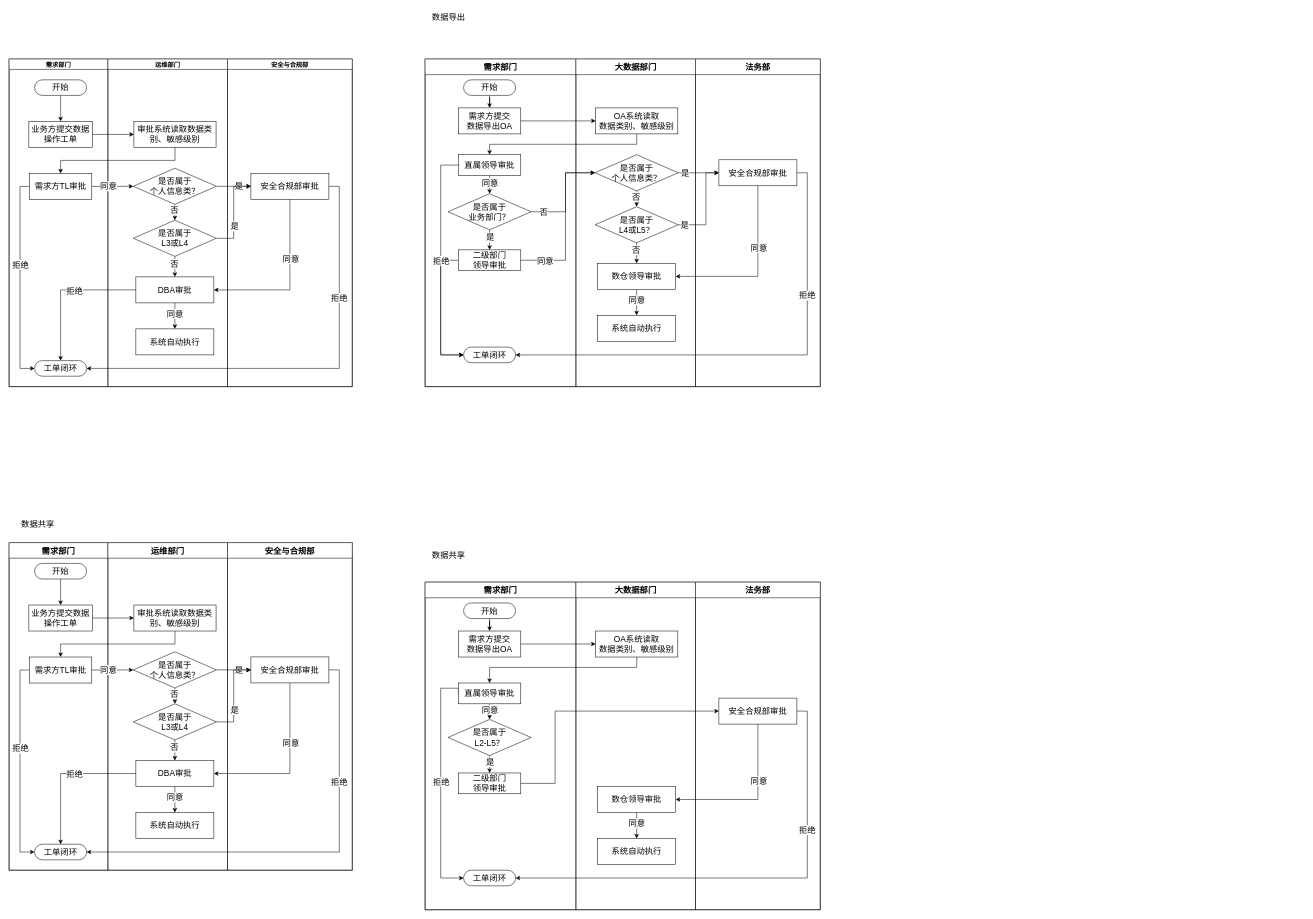
The draw.io diagram 数据分级保护各场景流程图.drawio in hongweilv-whu/flowCharts, before the edit. Source tidied: cells renumbered, new cells numbered last; positions are measured from the earlier drawing's top-left corner, leaving out a move shared by most shapes. Both pictures are drawn from the tidied source at 52%, with x=0, y=0 at pixel (9, 9).
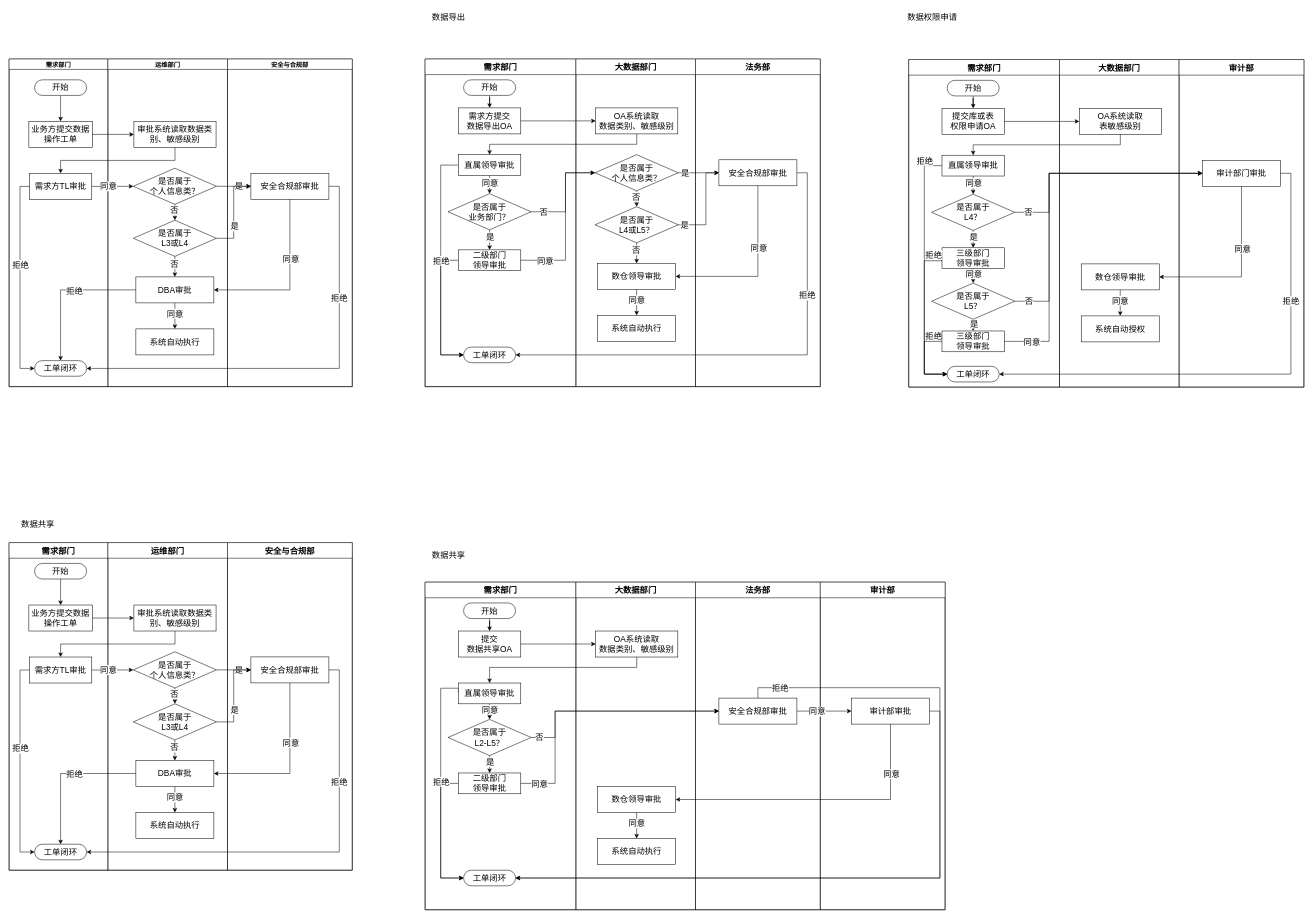
The same diagram, later.

Commit message:
更新数据分级保护各场景流程图.drawio

The change refers to these unchanged cells:
```xml
<mxCell id="123" value="需求部门" style="swimlane;startSize=30;fontSize=16;" parent="122" vertex="1">
  <mxGeometry width="290" height="630" as="geometry" />
</mxCell>
<mxCell id="127" value="工单闭环" style="rounded=1;whiteSpace=wrap;html=1;fontSize=16;arcSize=50;" parent="123" vertex="1">
  <mxGeometry x="74" y="554" width="100" height="30" as="geometry" />
</mxCell>
<mxCell id="128" value="&lt;font style=&quot;font-size: 16px;&quot;&gt;二级部门&lt;br&gt;领导审批&lt;/font&gt;" style="rounded=0;whiteSpace=wrap;html=1;" parent="123" vertex="1">
  <mxGeometry x="64" y="367" width="120" height="40" as="geometry" />
</mxCell>
<mxCell id="136" value="是否属于&lt;br style=&quot;border-color: var(--border-color);&quot;&gt;L2-L5？" style="rhombus;whiteSpace=wrap;html=1;rounded=0;fontSize=16;" parent="123" vertex="1">
  <mxGeometry x="44" y="264" width="160" height="69.5" as="geometry" />
</mxCell>
<mxCell id="141" value="&lt;span style=&quot;font-size: 16px;&quot;&gt;数仓领导审批&lt;/span&gt;" style="rounded=0;whiteSpace=wrap;html=1;" parent="137" vertex="1">
  <mxGeometry x="41.8" y="393" width="150" height="50" as="geometry" />
</mxCell>
<mxCell id="144" value="&lt;span style=&quot;font-size: 16px;&quot;&gt;安全合规部审批&lt;/span&gt;" style="rounded=0;whiteSpace=wrap;html=1;" parent="143" vertex="1">
  <mxGeometry x="45" y="223" width="150" height="50" as="geometry" />
</mxCell>
<mxCell id="151" style="edgeStyle=orthogonalEdgeStyle;rounded=0;jettySize=auto;html=1;exitX=1;exitY=0.5;exitDx=0;exitDy=0;entryX=0;entryY=0.5;entryDx=0;entryDy=0;fontSize=16;" parent="122" edge="1" source="128" target="144">
  <mxGeometry relative="1" as="geometry">
    <Array as="points">
      <mxPoint x="250" y="387" />
      <mxPoint x="250" y="248" />
    </Array>
  </mxGeometry>
</mxCell>
```

The edit, as a diff of the source:
```diff
@@
     <mxCell id="122" style="swimlane;startSize=0;horizontal=0;" parent="1" vertex="1">
-      <mxGeometry x="800" y="1102" width="760" height="630" as="geometry" />
+      <mxGeometry x="800" y="1102" width="1000" height="630" as="geometry" />
     </mxCell>
@@
-    <mxCell id="124" value="&lt;font style=&quot;font-size: 16px;&quot;&gt;需求方提交&lt;br&gt;数据导出OA&lt;/font&gt;" style="rounded=0;whiteSpace=wrap;html=1;" parent="123" vertex="1">
+    <mxCell id="124" value="&lt;font style=&quot;font-size: 16px;&quot;&gt;提交&lt;br&gt;数据共享OA&lt;/font&gt;" style="rounded=0;whiteSpace=wrap;html=1;" parent="123" vertex="1">
       <mxGeometry x="64" y="94" width="120" height="50" as="geometry" />
     </mxCell>
@@
+    <mxCell id="153" style="edgeStyle=orthogonalEdgeStyle;rounded=0;jettySize=auto;html=1;exitX=0;exitY=0.5;exitDx=0;exitDy=0;entryX=0;entryY=0.5;entryDx=0;entryDy=0;fontSize=16;" parent="123" edge="1" source="128" target="127">
+      <mxGeometry relative="1" as="geometry">
+        <Array as="points">
+          <mxPoint x="30" y="387" />
+          <mxPoint x="30" y="569" />
+        </Array>
+      </mxGeometry>
+    </mxCell>
@@
+    <mxCell id="154" value="审计部" style="swimlane;startSize=30;fontSize=16;" parent="122" vertex="1">
+      <mxGeometry x="760" width="240" height="630" as="geometry" />
+    </mxCell>
+    <mxCell id="155" value="&lt;span style=&quot;font-size: 16px;&quot;&gt;审计部审批&lt;/span&gt;" style="rounded=0;whiteSpace=wrap;html=1;" parent="154" vertex="1">
+      <mxGeometry x="60" y="223" width="150" height="50" as="geometry" />
+    </mxCell>
@@
-    <mxCell id="146" style="edgeStyle=orthogonalEdgeStyle;rounded=0;jettySize=auto;html=1;exitX=1;exitY=0.5;exitDx=0;exitDy=0;entryX=1;entryY=0.5;entryDx=0;entryDy=0;fontSize=16;" parent="122" edge="1" source="144" target="127">
-      <mxGeometry relative="1" as="geometry" />
-    </mxCell>
-    <mxCell id="147" value="拒绝" style="edgeLabel;html=1;align=center;verticalAlign=middle;fontSize=16;" parent="146" vertex="1">
-      <mxGeometry x="-0.45" y="-1" relative="1" as="geometry" />
-    </mxCell>
-    <mxCell id="148" style="edgeStyle=orthogonalEdgeStyle;rounded=0;jettySize=auto;html=1;exitX=0.5;exitY=1;exitDx=0;exitDy=0;entryX=1;entryY=0.5;entryDx=0;entryDy=0;fontSize=16;" parent="122" edge="1" source="144" target="141">
-      <mxGeometry relative="1" as="geometry" />
-    </mxCell>
-    <mxCell id="149" value="同意" style="edgeLabel;html=1;align=center;verticalAlign=middle;fontSize=16;" parent="148" vertex="1">
-      <mxGeometry x="-0.28" y="1" relative="1" as="geometry" />
-    </mxCell>
@@
+    <mxCell id="156" value="同意" style="edgeLabel;html=1;align=center;verticalAlign=middle;fontSize=16;" parent="151" vertex="1">
+      <mxGeometry x="-0.81" relative="1" as="geometry">
+        <mxPoint x="-14" as="offset" />
+      </mxGeometry>
+    </mxCell>
+    <mxCell id="157" style="edgeStyle=orthogonalEdgeStyle;rounded=0;jettySize=auto;html=1;exitX=1;exitY=0.5;exitDx=0;exitDy=0;entryX=1;entryY=0.5;entryDx=0;entryDy=0;fontSize=16;" parent="122" edge="1" source="155" target="127">
+      <mxGeometry relative="1" as="geometry" />
+    </mxCell>
+    <mxCell id="158" style="edgeStyle=orthogonalEdgeStyle;rounded=0;jettySize=auto;html=1;exitX=1;exitY=0.5;exitDx=0;exitDy=0;fontSize=16;" parent="122" edge="1" source="144" target="155">
+      <mxGeometry relative="1" as="geometry" />
+    </mxCell>
+    <mxCell id="159" value="同意" style="edgeLabel;html=1;align=center;verticalAlign=middle;fontSize=16;" parent="158" vertex="1">
+      <mxGeometry x="-0.27" relative="1" as="geometry" />
+    </mxCell>
+    <mxCell id="160" style="edgeStyle=orthogonalEdgeStyle;rounded=0;jettySize=auto;html=1;exitX=0.5;exitY=1;exitDx=0;exitDy=0;entryX=1;entryY=0.5;entryDx=0;entryDy=0;fontSize=16;" parent="122" edge="1" source="155" target="141">
+      <mxGeometry relative="1" as="geometry" />
+    </mxCell>
+    <mxCell id="161" value="同意" style="edgeLabel;html=1;align=center;verticalAlign=middle;fontSize=16;" parent="160" vertex="1">
+      <mxGeometry x="-0.66" y="1" relative="1" as="geometry" />
+    </mxCell>
+    <mxCell id="146" style="edgeStyle=orthogonalEdgeStyle;rounded=0;jettySize=auto;html=1;exitX=0.5;exitY=0;exitDx=0;exitDy=0;entryX=1;entryY=0.5;entryDx=0;entryDy=0;fontSize=16;" parent="122" edge="1" source="144" target="127">
+      <mxGeometry relative="1" as="geometry">
+        <Array as="points">
+          <mxPoint x="640" y="203" />
+          <mxPoint x="990" y="203" />
+          <mxPoint x="990" y="569" />
+        </Array>
+      </mxGeometry>
+    </mxCell>
+    <mxCell id="162" value="拒绝" style="edgeLabel;html=1;align=center;verticalAlign=middle;fontSize=16;" parent="146" vertex="1">
+      <mxGeometry x="-0.92" relative="1" as="geometry" />
+    </mxCell>
+    <mxCell id="163" style="edgeStyle=orthogonalEdgeStyle;rounded=0;jettySize=auto;html=1;exitX=1;exitY=0.5;exitDx=0;exitDy=0;entryX=0;entryY=0.5;entryDx=0;entryDy=0;fontSize=16;" parent="122" edge="1" source="136" target="144">
+      <mxGeometry relative="1" as="geometry">
+        <Array as="points">
+          <mxPoint x="250" y="299" />
+          <mxPoint x="250" y="248" />
+        </Array>
+      </mxGeometry>
+    </mxCell>
+    <mxCell id="164" value="否" style="edgeLabel;html=1;align=center;verticalAlign=middle;fontSize=16;" parent="163" vertex="1">
+      <mxGeometry x="-0.83" relative="1" as="geometry">
+        <mxPoint x="-19" as="offset" />
+      </mxGeometry>
+    </mxCell>
@@
+    <mxCell id="165" style="swimlane;startSize=0;horizontal=0;" parent="1" vertex="1">
+      <mxGeometry x="1730" y="97" width="760" height="630" as="geometry" />
+    </mxCell>
+    <mxCell id="166" value="需求部门" style="swimlane;startSize=30;fontSize=16;" parent="165" vertex="1">
+      <mxGeometry width="290" height="630" as="geometry" />
+    </mxCell>
+    <mxCell id="167" value="&lt;font style=&quot;font-size: 16px;&quot;&gt;提交库或表&lt;br&gt;权限申请OA&lt;/font&gt;" style="rounded=0;whiteSpace=wrap;html=1;" parent="166" vertex="1">
+      <mxGeometry x="64" y="94" width="120" height="50" as="geometry" />
+    </mxCell>
+    <mxCell id="168" style="edgeStyle=orthogonalEdgeStyle;rounded=0;jettySize=auto;html=1;exitX=0.5;exitY=1;exitDx=0;exitDy=0;fontSize=16;" parent="166" edge="1" source="169" target="167">
+      <mxGeometry relative="1" as="geometry" />
+    </mxCell>
+    <mxCell id="169" value="开始" style="rounded=1;whiteSpace=wrap;html=1;fontSize=16;arcSize=50;" parent="166" vertex="1">
+      <mxGeometry x="74" y="40" width="100" height="30" as="geometry" />
+    </mxCell>
+    <mxCell id="170" value="工单闭环" style="rounded=1;whiteSpace=wrap;html=1;fontSize=16;arcSize=50;" parent="166" vertex="1">
+      <mxGeometry x="74" y="590" width="100" height="30" as="geometry" />
+    </mxCell>
+    <mxCell id="171" style="edgeStyle=orthogonalEdgeStyle;rounded=0;jettySize=auto;html=1;exitX=0.5;exitY=1;exitDx=0;exitDy=0;entryX=0.5;entryY=0;entryDx=0;entryDy=0;fontSize=16;" parent="166" edge="1" source="173" target="177">
+      <mxGeometry relative="1" as="geometry" />
+    </mxCell>
+    <mxCell id="172" value="是" style="edgeLabel;html=1;align=center;verticalAlign=middle;fontSize=16;" parent="171" vertex="1">
+      <mxGeometry x="-0.29" relative="1" as="geometry" />
+    </mxCell>
+    <mxCell id="173" value="是否属于&lt;br style=&quot;border-color: var(--border-color);&quot;&gt;L4？" style="rhombus;whiteSpace=wrap;html=1;rounded=0;fontSize=16;" parent="166" vertex="1">
+      <mxGeometry x="44" y="259" width="160" height="69.5" as="geometry" />
+    </mxCell>
+    <mxCell id="174" style="edgeStyle=orthogonalEdgeStyle;rounded=0;jettySize=auto;html=1;exitX=0;exitY=0.5;exitDx=0;exitDy=0;entryX=0;entryY=0.5;entryDx=0;entryDy=0;fontSize=16;" parent="166" edge="1" source="177" target="170">
+      <mxGeometry relative="1" as="geometry">
+        <Array as="points">
+          <mxPoint x="30" y="387" />
+          <mxPoint x="30" y="605" />
+        </Array>
+      </mxGeometry>
+    </mxCell>
+    <mxCell id="175" style="edgeStyle=orthogonalEdgeStyle;rounded=0;jettySize=auto;html=1;exitX=0.5;exitY=1;exitDx=0;exitDy=0;entryX=0.5;entryY=0;entryDx=0;entryDy=0;" parent="166" edge="1" source="177" target="189">
+      <mxGeometry relative="1" as="geometry" />
+    </mxCell>
+    <mxCell id="176" value="&lt;font style=&quot;font-size: 16px;&quot;&gt;同意&lt;/font&gt;" style="edgeLabel;html=1;align=center;verticalAlign=middle;" parent="175" vertex="1">
+      <mxGeometry x="-0.29" relative="1" as="geometry" />
+    </mxCell>
+    <mxCell id="177" value="&lt;font style=&quot;font-size: 16px;&quot;&gt;三级部门&lt;br&gt;领导审批&lt;/font&gt;" style="rounded=0;whiteSpace=wrap;html=1;" parent="166" vertex="1">
+      <mxGeometry x="64" y="362" width="120" height="40" as="geometry" />
+    </mxCell>
+    <mxCell id="178" style="edgeStyle=orthogonalEdgeStyle;rounded=0;jettySize=auto;html=1;exitX=0.5;exitY=1;exitDx=0;exitDy=0;entryX=0.5;entryY=0;entryDx=0;entryDy=0;fontSize=16;" parent="166" edge="1" source="184" target="173">
+      <mxGeometry relative="1" as="geometry" />
+    </mxCell>
+    <mxCell id="179" value="同意" style="edgeLabel;html=1;align=center;verticalAlign=middle;fontSize=16;" parent="178" vertex="1">
+      <mxGeometry x="-0.27" relative="1" as="geometry" />
+    </mxCell>
+    <mxCell id="180" style="edgeStyle=orthogonalEdgeStyle;rounded=0;jettySize=auto;html=1;exitX=0;exitY=0.5;exitDx=0;exitDy=0;entryX=0;entryY=0.5;entryDx=0;entryDy=0;fontSize=16;" parent="166" edge="1" source="184" target="170">
+      <mxGeometry relative="1" as="geometry">
+        <Array as="points">
+          <mxPoint x="30" y="204" />
+          <mxPoint x="30" y="605" />
+        </Array>
+      </mxGeometry>
+    </mxCell>
+    <mxCell id="181" value="拒绝" style="edgeLabel;html=1;align=center;verticalAlign=middle;fontSize=16;" parent="180" vertex="1">
+      <mxGeometry x="0.16" relative="1" as="geometry">
+        <mxPoint x="17" y="-73" as="offset" />
+      </mxGeometry>
+    </mxCell>
+    <mxCell id="182" value="拒绝" style="edgeLabel;html=1;align=center;verticalAlign=middle;fontSize=16;" parent="180" vertex="1">
+      <mxGeometry x="0.16" relative="1" as="geometry">
+        <mxPoint y="-254" as="offset" />
+      </mxGeometry>
+    </mxCell>
+    <mxCell id="183" value="拒绝" style="edgeLabel;html=1;align=center;verticalAlign=middle;fontSize=16;" parent="180" vertex="1">
+      <mxGeometry x="0.16" relative="1" as="geometry">
+        <mxPoint x="17" y="82" as="offset" />
+      </mxGeometry>
+    </mxCell>
+    <mxCell id="184" value="&lt;font style=&quot;font-size: 16px;&quot;&gt;直属领导审批&lt;/font&gt;" style="rounded=0;whiteSpace=wrap;html=1;" parent="166" vertex="1">
+      <mxGeometry x="64" y="184" width="120" height="40" as="geometry" />
+    </mxCell>
+    <mxCell id="185" style="edgeStyle=orthogonalEdgeStyle;rounded=0;jettySize=auto;html=1;exitX=0;exitY=0.5;exitDx=0;exitDy=0;entryX=0;entryY=0.5;entryDx=0;entryDy=0;" parent="166" edge="1" source="186" target="170">
+      <mxGeometry relative="1" as="geometry">
+        <Array as="points">
+          <mxPoint x="30" y="542" />
+          <mxPoint x="30" y="605" />
+        </Array>
+      </mxGeometry>
+    </mxCell>
+    <mxCell id="186" value="&lt;font style=&quot;font-size: 16px;&quot;&gt;三级部门&lt;br&gt;领导审批&lt;/font&gt;" style="rounded=0;whiteSpace=wrap;html=1;" parent="166" vertex="1">
+      <mxGeometry x="64" y="522" width="120" height="40" as="geometry" />
+    </mxCell>
+    <mxCell id="187" style="edgeStyle=orthogonalEdgeStyle;rounded=0;jettySize=auto;html=1;exitX=0.5;exitY=1;exitDx=0;exitDy=0;entryX=0.5;entryY=0;entryDx=0;entryDy=0;" parent="166" edge="1" source="189" target="186">
+      <mxGeometry relative="1" as="geometry" />
+    </mxCell>
+    <mxCell id="188" value="&lt;font style=&quot;font-size: 16px;&quot;&gt;是&lt;/font&gt;" style="edgeLabel;html=1;align=center;verticalAlign=middle;" parent="187" vertex="1">
+      <mxGeometry x="-0.27" y="1" relative="1" as="geometry" />
+    </mxCell>
+    <mxCell id="189" value="是否属于&lt;br style=&quot;border-color: var(--border-color);&quot;&gt;L5？" style="rhombus;whiteSpace=wrap;html=1;rounded=0;fontSize=16;" parent="166" vertex="1">
+      <mxGeometry x="44" y="430" width="160" height="69.5" as="geometry" />
+    </mxCell>
+    <mxCell id="190" value="大数据部门" style="swimlane;startSize=30;fontSize=16;" parent="165" vertex="1">
+      <mxGeometry x="290" width="230" height="630" as="geometry" />
+    </mxCell>
+    <mxCell id="191" value="&lt;font style=&quot;font-size: 16px;&quot;&gt;OA系统读取&lt;br&gt;表敏感级别&lt;/font&gt;" style="rounded=0;whiteSpace=wrap;html=1;" parent="190" vertex="1">
+      <mxGeometry x="38" y="94" width="158" height="50" as="geometry" />
+    </mxCell>
+    <mxCell id="192" style="edgeStyle=orthogonalEdgeStyle;rounded=0;jettySize=auto;html=1;exitX=0.5;exitY=1;exitDx=0;exitDy=0;entryX=0.5;entryY=0;entryDx=0;entryDy=0;fontSize=16;" parent="190" edge="1" source="194" target="195">
+      <mxGeometry relative="1" as="geometry" />
+    </mxCell>
+    <mxCell id="193" value="同意" style="edgeLabel;html=1;align=center;verticalAlign=middle;fontSize=16;" parent="192" vertex="1">
+      <mxGeometry x="-0.21" relative="1" as="geometry" />
+    </mxCell>
+    <mxCell id="194" value="&lt;span style=&quot;font-size: 16px;&quot;&gt;数仓领导审批&lt;/span&gt;" style="rounded=0;whiteSpace=wrap;html=1;" parent="190" vertex="1">
+      <mxGeometry x="41.8" y="393" width="150" height="50" as="geometry" />
+    </mxCell>
+    <mxCell id="195" value="&lt;span style=&quot;font-size: 16px;&quot;&gt;系统自动授权&lt;/span&gt;" style="rounded=0;whiteSpace=wrap;html=1;" parent="190" vertex="1">
+      <mxGeometry x="41.8" y="493" width="150" height="50" as="geometry" />
+    </mxCell>
+    <mxCell id="196" value="审计部" style="swimlane;startSize=30;fontSize=16;" parent="165" vertex="1">
+      <mxGeometry x="520" width="240" height="630" as="geometry" />
+    </mxCell>
+    <mxCell id="197" value="&lt;span style=&quot;font-size: 16px;&quot;&gt;审计部门审批&lt;/span&gt;" style="rounded=0;whiteSpace=wrap;html=1;" parent="196" vertex="1">
+      <mxGeometry x="45" y="193.8" width="150" height="50" as="geometry" />
+    </mxCell>
+    <mxCell id="198" style="edgeStyle=orthogonalEdgeStyle;rounded=0;jettySize=auto;html=1;exitX=1;exitY=0.5;exitDx=0;exitDy=0;entryX=0;entryY=0.5;entryDx=0;entryDy=0;fontSize=16;" parent="165" edge="1" source="167" target="191">
+      <mxGeometry relative="1" as="geometry" />
+    </mxCell>
+    <mxCell id="199" style="edgeStyle=orthogonalEdgeStyle;rounded=0;jettySize=auto;html=1;exitX=1;exitY=0.5;exitDx=0;exitDy=0;entryX=1;entryY=0.5;entryDx=0;entryDy=0;fontSize=16;" parent="165" edge="1" source="197" target="170">
+      <mxGeometry relative="1" as="geometry" />
+    </mxCell>
+    <mxCell id="200" value="拒绝" style="edgeLabel;html=1;align=center;verticalAlign=middle;fontSize=16;" parent="199" vertex="1">
+      <mxGeometry x="-0.45" y="-1" relative="1" as="geometry" />
+    </mxCell>
+    <mxCell id="201" style="edgeStyle=orthogonalEdgeStyle;rounded=0;jettySize=auto;html=1;exitX=0.5;exitY=1;exitDx=0;exitDy=0;entryX=1;entryY=0.5;entryDx=0;entryDy=0;fontSize=16;" parent="165" edge="1" source="197" target="194">
+      <mxGeometry relative="1" as="geometry" />
+    </mxCell>
+    <mxCell id="202" value="同意" style="edgeLabel;html=1;align=center;verticalAlign=middle;fontSize=16;" parent="201" vertex="1">
+      <mxGeometry x="-0.28" y="1" relative="1" as="geometry" />
+    </mxCell>
+    <mxCell id="203" style="edgeStyle=orthogonalEdgeStyle;rounded=0;jettySize=auto;html=1;exitX=0.5;exitY=1;exitDx=0;exitDy=0;entryX=0.5;entryY=0;entryDx=0;entryDy=0;fontSize=16;" parent="165" edge="1" source="191" target="184">
+      <mxGeometry relative="1" as="geometry" />
+    </mxCell>
+    <mxCell id="204" style="edgeStyle=orthogonalEdgeStyle;rounded=0;jettySize=auto;html=1;exitX=1;exitY=0.5;exitDx=0;exitDy=0;entryX=0;entryY=0.5;entryDx=0;entryDy=0;fontSize=16;" parent="165" edge="1" source="173" target="197">
+      <mxGeometry relative="1" as="geometry">
+        <Array as="points">
+          <mxPoint x="270" y="294" />
+          <mxPoint x="270" y="219" />
+        </Array>
+      </mxGeometry>
+    </mxCell>
+    <mxCell id="205" value="否" style="edgeLabel;html=1;align=center;verticalAlign=middle;fontSize=16;" parent="204" vertex="1">
+      <mxGeometry x="-0.78" y="-1" relative="1" as="geometry">
+        <mxPoint x="-22" y="-1" as="offset" />
+      </mxGeometry>
+    </mxCell>
+    <mxCell id="206" style="edgeStyle=orthogonalEdgeStyle;rounded=0;jettySize=auto;html=1;exitX=1;exitY=0.5;exitDx=0;exitDy=0;entryX=0;entryY=0.5;entryDx=0;entryDy=0;fontSize=16;" parent="165" edge="1" source="189" target="197">
+      <mxGeometry relative="1" as="geometry">
+        <Array as="points">
+          <mxPoint x="270" y="465" />
+          <mxPoint x="270" y="219" />
+        </Array>
+      </mxGeometry>
+    </mxCell>
+    <mxCell id="207" value="否" style="edgeLabel;html=1;align=center;verticalAlign=middle;fontSize=16;" parent="206" vertex="1">
+      <mxGeometry x="-0.94" relative="1" as="geometry">
+        <mxPoint x="9" as="offset" />
+      </mxGeometry>
+    </mxCell>
+    <mxCell id="208" style="edgeStyle=orthogonalEdgeStyle;rounded=0;jettySize=auto;html=1;exitX=1;exitY=0.5;exitDx=0;exitDy=0;entryX=0;entryY=0.5;entryDx=0;entryDy=0;fontSize=16;" parent="165" edge="1" source="186" target="197">
+      <mxGeometry relative="1" as="geometry">
+        <Array as="points">
+          <mxPoint x="270" y="542" />
+          <mxPoint x="270" y="219" />
+        </Array>
+      </mxGeometry>
+    </mxCell>
+    <mxCell id="209" value="同意" style="edgeLabel;html=1;align=center;verticalAlign=middle;fontSize=16;" parent="208" vertex="1">
+      <mxGeometry x="-0.83" relative="1" as="geometry">
+        <mxPoint x="-8" as="offset" />
+      </mxGeometry>
+    </mxCell>
+    <mxCell id="210" value="数据权限申请" style="text;html=1;align=center;verticalAlign=middle;strokeColor=none;fillColor=none;fontSize=16;" parent="1" vertex="1">
+      <mxGeometry x="1715" y="1" width="120" height="30" as="geometry" />
+    </mxCell>
```
